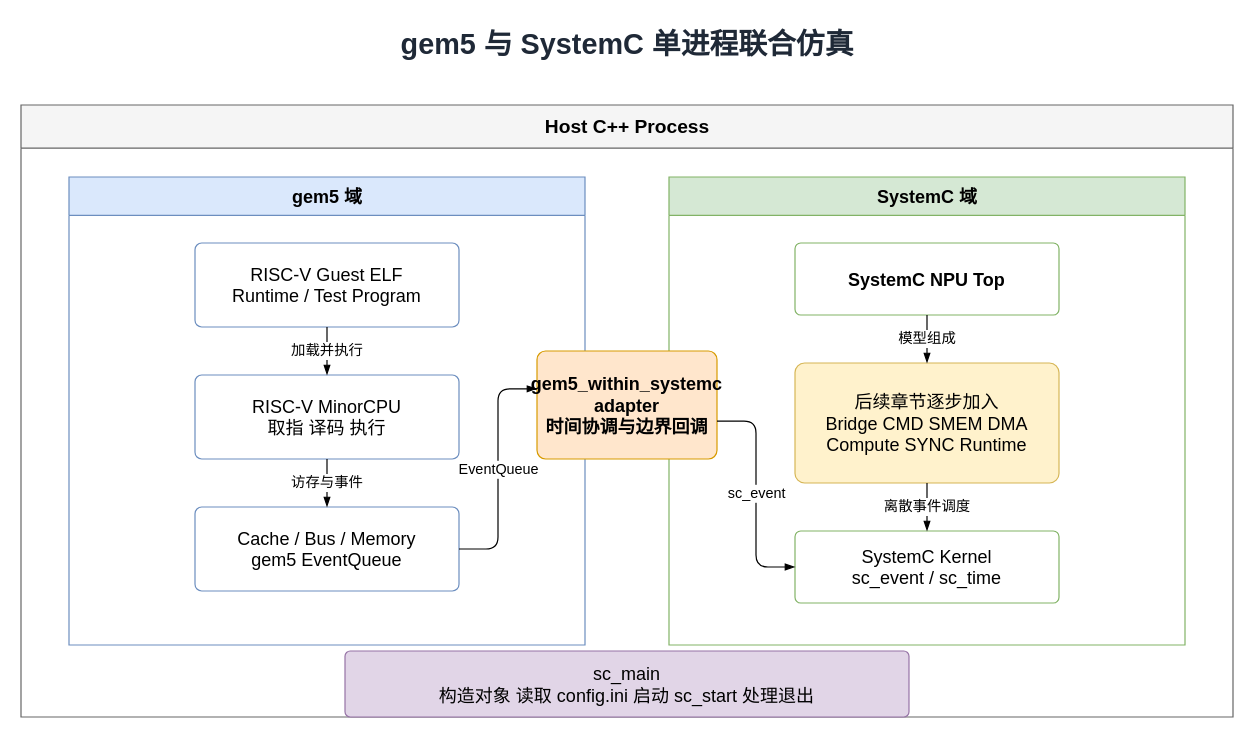
Before: docs/images/chapter-01/02-cosim-architecture.drawio in Ch1-n/npu-system-modeling, a draw.io diagram. Source tidied: cells renumbered, new cells numbered last; positions are measured from the earlier drawing's top-left corner, leaving out a move shared by most shapes. Both pictures are drawn from the tidied source at 120%, with x=0, y=0 at pixel (20, 20).
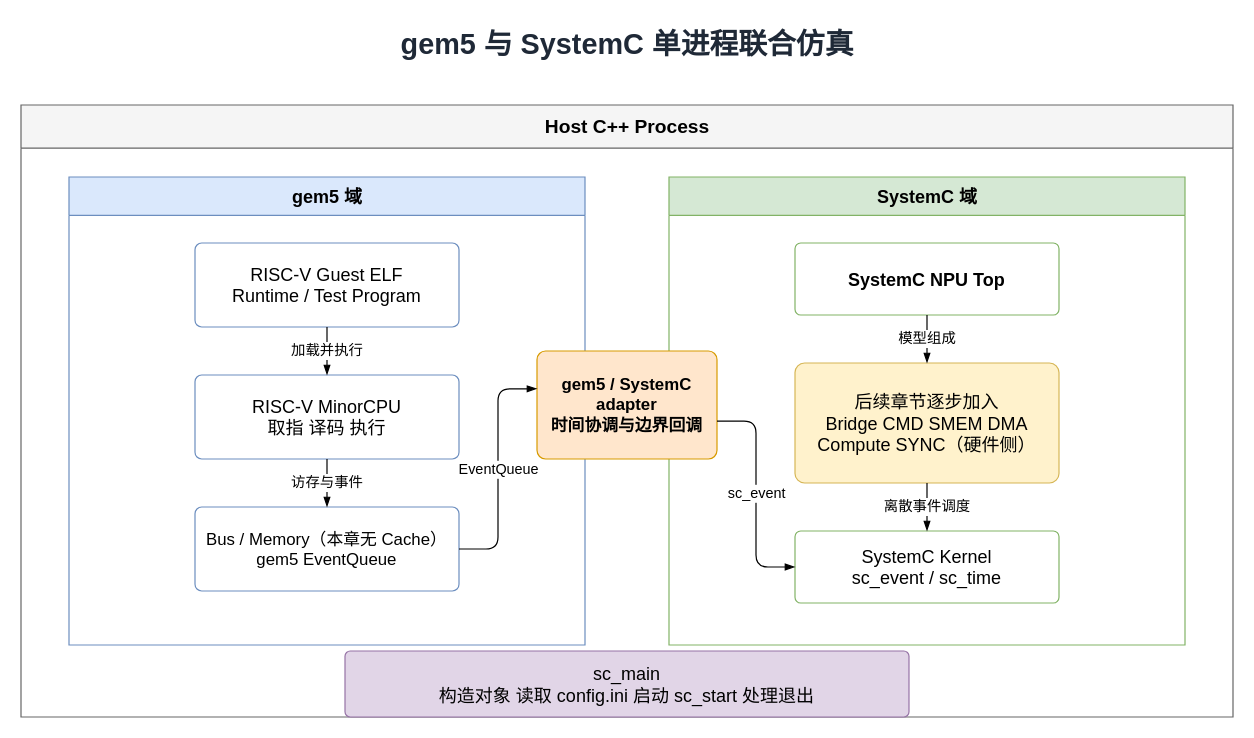
The same diagram, later.

What changed in the source:
```diff
@@
 <mxGraphModel>
   <root>
     <mxCell id="0" />
     <mxCell id="1" parent="0" />
     <mxCell id="2" value="gem5 与 SystemC 单进程联合仿真" style="text;html=1;align=center;verticalAlign=middle;fontSize=24;fontStyle=1;fontColor=#1f2937;" parent="1" vertex="1">
       <mxGeometry x="220" width="570" height="40" as="geometry" />
     </mxCell>
     <mxCell id="3" value="Host C++ Process" style="swimlane;startSize=36;rounded=0;html=1;fillColor=#f5f5f5;strokeColor=#666666;fontSize=16;fontStyle=1;" parent="1" vertex="1">
       <mxGeometry y="70" width="1010" height="510" as="geometry" />
     </mxCell>
     <mxCell id="4" value="gem5 域" style="swimlane;startSize=32;rounded=0;html=1;fillColor=#dae8fc;strokeColor=#6c8ebf;fontSize=15;fontStyle=1;" parent="3" vertex="1">
       <mxGeometry x="40" y="60" width="430" height="390" as="geometry" />
     </mxCell>
     <mxCell id="5" value="SystemC 域" style="swimlane;startSize=32;rounded=0;html=1;fillColor=#d5e8d4;strokeColor=#82b366;fontSize=15;fontStyle=1;" parent="3" vertex="1">
       <mxGeometry x="540" y="60" width="430" height="390" as="geometry" />
     </mxCell>
     <mxCell id="6" value="RISC-V Guest ELF&#10;Runtime / Test Program" style="rounded=1;arcSize=8;whiteSpace=wrap;html=1;fillColor=#ffffff;strokeColor=#6c8ebf;fontSize=15;" parent="4" vertex="1">
       <mxGeometry x="105" y="55" width="220" height="70" as="geometry" />
     </mxCell>
     <mxCell id="7" value="RISC-V MinorCPU&#10;取指 译码 执行" style="rounded=1;arcSize=8;whiteSpace=wrap;html=1;fillColor=#ffffff;strokeColor=#6c8ebf;fontSize=15;" parent="4" vertex="1">
       <mxGeometry x="105" y="165" width="220" height="70" as="geometry" />
     </mxCell>
-    <mxCell id="8" value="Cache / Bus / Memory&#10;gem5 EventQueue" style="rounded=1;arcSize=8;whiteSpace=wrap;html=1;fillColor=#ffffff;strokeColor=#6c8ebf;fontSize=15;" parent="4" vertex="1">
+    <mxCell id="8" value="Bus / Memory（本章无 Cache）&#10;gem5 EventQueue" style="rounded=1;arcSize=8;whiteSpace=wrap;html=1;fillColor=#ffffff;strokeColor=#6c8ebf;fontSize=14;" parent="4" vertex="1">
       <mxGeometry x="105" y="275" width="220" height="70" as="geometry" />
     </mxCell>
     <mxCell id="9" value="SystemC NPU Top" style="rounded=1;arcSize=8;whiteSpace=wrap;html=1;fillColor=#ffffff;strokeColor=#82b366;fontSize=15;fontStyle=1;" parent="5" vertex="1">
       <mxGeometry x="105" y="55" width="220" height="60" as="geometry" />
     </mxCell>
-    <mxCell id="10" value="后续章节逐步加入&#10;Bridge  CMD  SMEM  DMA&#10;Compute  SYNC  Runtime" style="rounded=1;arcSize=8;whiteSpace=wrap;html=1;fillColor=#fff2cc;strokeColor=#d6b656;fontSize=15;spacing=8;" parent="5" vertex="1">
+    <mxCell id="10" value="后续章节逐步加入&#10;Bridge  CMD  SMEM  DMA&#10;Compute  SYNC（硬件侧）" style="rounded=1;arcSize=8;whiteSpace=wrap;html=1;fillColor=#fff2cc;strokeColor=#d6b656;fontSize=15;spacing=8;" parent="5" vertex="1">
       <mxGeometry x="105" y="155" width="220" height="100" as="geometry" />
     </mxCell>
     <mxCell id="11" value="SystemC Kernel&#10;sc_event / sc_time" style="rounded=1;arcSize=8;whiteSpace=wrap;html=1;fillColor=#ffffff;strokeColor=#82b366;fontSize=15;" parent="5" vertex="1">
       <mxGeometry x="105" y="295" width="220" height="60" as="geometry" />
     </mxCell>
     <mxCell id="12" value="加载并执行" style="edgeStyle=orthogonalEdgeStyle;rounded=1;jettySize=auto;html=1;endArrow=blockThin;endFill=1;fontSize=12;labelBackgroundColor=#ffffff;exitX=0.5;exitY=1;entryX=0.5;entryY=0;" parent="4" edge="1" source="6" target="7">
       <mxGeometry relative="1" as="geometry" />
     </mxCell>
     <mxCell id="13" value="访存与事件" style="edgeStyle=orthogonalEdgeStyle;rounded=1;jettySize=auto;html=1;endArrow=blockThin;endFill=1;fontSize=12;labelBackgroundColor=#ffffff;exitX=0.5;exitY=1;entryX=0.5;entryY=0;" parent="4" edge="1" source="7" target="8">
       <mxGeometry relative="1" as="geometry" />
     </mxCell>
     <mxCell id="14" value="模型组成" style="edgeStyle=orthogonalEdgeStyle;rounded=1;jettySize=auto;html=1;endArrow=blockThin;endFill=1;fontSize=12;labelBackgroundColor=#ffffff;exitX=0.5;exitY=1;entryX=0.5;entryY=0;" parent="5" edge="1" source="9" target="10">
       <mxGeometry relative="1" as="geometry" />
     </mxCell>
     <mxCell id="15" value="离散事件调度" style="edgeStyle=orthogonalEdgeStyle;rounded=1;jettySize=auto;html=1;endArrow=blockThin;endFill=1;fontSize=12;labelBackgroundColor=#ffffff;exitX=0.5;exitY=1;entryX=0.5;entryY=0;" parent="5" edge="1" source="10" target="11">
       <mxGeometry relative="1" as="geometry" />
     </mxCell>
-    <mxCell id="16" value="gem5_within_systemc adapter&#10;时间协调与边界回调" style="rounded=1;arcSize=8;whiteSpace=wrap;html=1;fillColor=#ffe6cc;strokeColor=#d79b00;fontSize=15;fontStyle=1;" parent="3" vertex="1">
+    <mxCell id="16" value="gem5 / SystemC&#10;adapter&#10;时间协调与边界回调" style="rounded=1;arcSize=8;whiteSpace=wrap;html=1;fillColor=#ffe6cc;strokeColor=#d79b00;fontSize=14;fontStyle=1;" parent="3" vertex="1">
       <mxGeometry x="430" y="205" width="150" height="90" as="geometry" />
     </mxCell>
     <mxCell id="17" value="EventQueue" style="edgeStyle=orthogonalEdgeStyle;rounded=1;jettySize=auto;html=1;endArrow=blockThin;endFill=1;fontSize=12;labelBackgroundColor=#ffffff;exitX=1;exitY=0.5;entryX=0;entryY=0.35;" parent="3" edge="1" source="8" target="16">
       <mxGeometry relative="1" as="geometry" />
     </mxCell>
     <mxCell id="18" value="sc_event" style="edgeStyle=orthogonalEdgeStyle;rounded=1;jettySize=auto;html=1;endArrow=blockThin;endFill=1;fontSize=12;labelBackgroundColor=#ffffff;exitX=1;exitY=0.65;entryX=0;entryY=0.5;" parent="3" edge="1" source="16" target="11">
       <mxGeometry relative="1" as="geometry" />
     </mxCell>
     <mxCell id="19" value="sc_main&#10;构造对象 读取 config.ini  启动 sc_start  处理退出" style="rounded=1;arcSize=8;whiteSpace=wrap;html=1;fillColor=#e1d5e7;strokeColor=#9673a6;fontSize=15;" parent="3" vertex="1">
       <mxGeometry x="270" y="455" width="470" height="55" as="geometry" />
     </mxCell>
   </root>
 </mxGraphModel>
```
